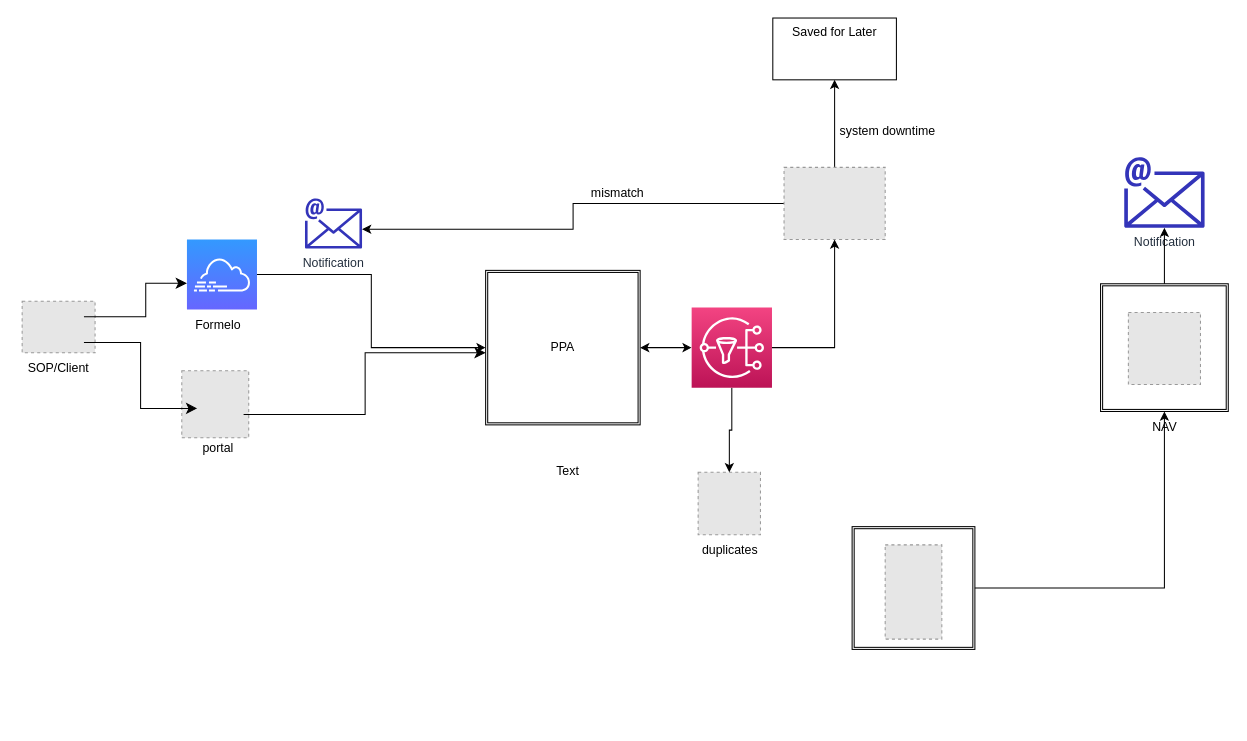
The draw.io diagram Untitled Diagram.drawio in Great-B/standard-arch-diagrams, before the edit. Source tidied: cells renumbered, new cells numbered last; positions are measured from the earlier drawing's top-left corner, leaving out a move shared by most shapes. Both pictures are drawn from the tidied source at 103%, with x=0, y=0 at pixel (16, 18). Pictures stored in the file or linked from it are replaced by grey dashed boxes.
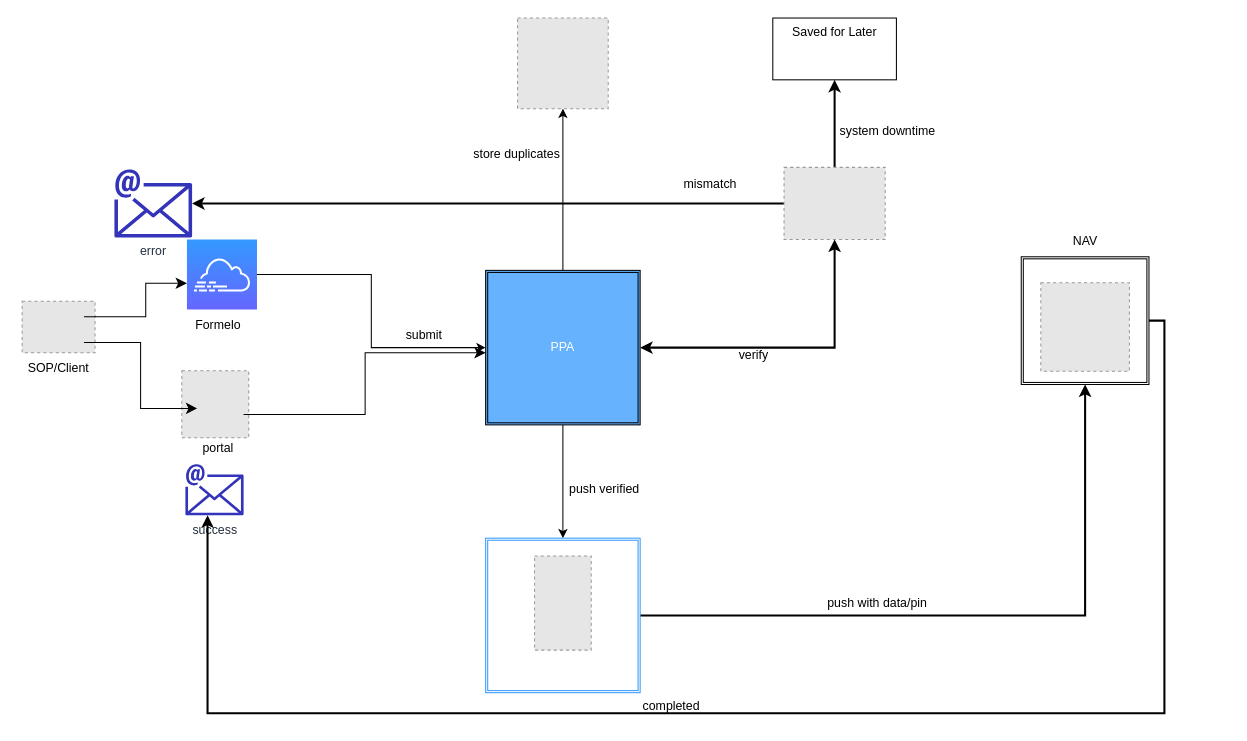
Above is the later version.

Unchanged cells that the change refers to:
```xml
<mxCell id="7" style="fillColor=#E6E6E6;strokeColor=#999999;dashed=1;verticalLabelPosition=bottom;verticalAlign=top;" parent="1" vertex="1">
  <mxGeometry x="744.7" y="145" width="98.2" height="70" as="geometry" />
</mxCell>
<mxCell id="35" value="Saved for Later" style="whiteSpace=wrap;html=1;verticalAlign=top;" parent="1" vertex="1">
  <mxGeometry x="733.8" width="120" height="60" as="geometry" />
</mxCell>
```

What changed in the source:
```diff
@@
-    <mxCell id="2" value="Notification" style="outlineConnect=0;fontColor=#232F3E;gradientColor=none;fillColor=#3334B9;strokeColor=none;dashed=0;verticalLabelPosition=bottom;verticalAlign=top;align=center;html=1;fontSize=12;fontStyle=0;shape=mxgraph.aws4.email;labelBackgroundColor=#ffffff;" parent="1" vertex="1">
-      <mxGeometry x="1075" y="135" width="78" height="69" as="geometry" />
+    <mxCell id="2" value="success" style="outlineConnect=0;fontColor=#232F3E;gradientColor=none;fillColor=#3334B9;strokeColor=none;dashed=0;verticalLabelPosition=bottom;verticalAlign=top;align=center;html=1;fontSize=12;fontStyle=0;shape=mxgraph.aws4.email;labelBackgroundColor=#ffffff;" parent="1" vertex="1">
+      <mxGeometry x="163.5" y="433" width="56.5" height="50" as="geometry" />
     </mxCell>
     <mxCell id="3" style="fillColor=#E6E6E6;strokeColor=#999999;dashed=1;verticalLabelPosition=bottom;verticalAlign=top;" parent="1" vertex="1">
-      <mxGeometry x="1079" y="285.8" width="70" height="70" as="geometry" />
+      <mxGeometry x="994" y="257" width="86" height="86" as="geometry" />
     </mxCell>
     <mxCell id="4" style="fillColor=#E6E6E6;strokeColor=#999999;dashed=1;verticalLabelPosition=bottom;verticalAlign=top;" parent="1" vertex="1">
-      <mxGeometry x="842.9" y="511.5" width="55" height="91.5" as="geometry" />
+      <mxGeometry x="502.5" y="522.2" width="55" height="91.5" as="geometry" />
     </mxCell>
-    <mxCell id="5" style="edgeStyle=orthogonalEdgeStyle;rounded=0;jettySize=auto;html=1;" parent="1" edge="1" source="7" target="31">
-      <mxGeometry relative="1" as="geometry" />
-    </mxCell>
-    <mxCell id="6" style="edgeStyle=orthogonalEdgeStyle;rounded=0;jettySize=auto;html=1;" parent="1" edge="1" source="7" target="35">
+    <mxCell id="6" style="edgeStyle=orthogonalEdgeStyle;rounded=0;jettySize=auto;html=1;strokeWidth=2;" parent="1" edge="1" source="7" target="35">
       <mxGeometry relative="1" as="geometry" />
     </mxCell>
+    <mxCell id="37" style="edgeStyle=orthogonalEdgeStyle;rounded=0;jettySize=auto;html=1;strokeWidth=2;" parent="1" edge="1" source="7" target="32">
+      <mxGeometry relative="1" as="geometry" />
+    </mxCell>
@@
-    <mxCell id="17" style="edgeStyle=orthogonalEdgeStyle;rounded=0;jettySize=auto;html=1;entryX=0.5;entryY=1;entryDx=0;entryDy=0;" parent="1" edge="1" source="30" target="7">
+    <mxCell id="17" style="edgeStyle=orthogonalEdgeStyle;rounded=0;jettySize=auto;html=1;entryX=0.5;entryY=1;entryDx=0;entryDy=0;exitX=1;exitY=0.5;exitDx=0;exitDy=0;startArrow=classic;startFill=1;strokeWidth=2;" parent="1" edge="1" source="18" target="7">
       <mxGeometry relative="1" as="geometry" />
     </mxCell>
+    <mxCell id="38" style="edgeStyle=orthogonalEdgeStyle;rounded=0;jettySize=auto;html=1;" parent="1" edge="1" source="18" target="21">
+      <mxGeometry relative="1" as="geometry" />
+    </mxCell>
+    <mxCell id="39" style="edgeStyle=orthogonalEdgeStyle;rounded=0;jettySize=auto;html=1;entryX=0.5;entryY=1;entryDx=0;entryDy=0;" parent="1" edge="1" source="18" target="40">
+      <mxGeometry relative="1" as="geometry" />
+    </mxCell>
-    <mxCell id="18" value="PPA" style="shape=ext;double=1;whiteSpace=wrap;html=1;" parent="1" vertex="1">
+    <mxCell id="18" value="PPA" style="shape=ext;double=1;whiteSpace=wrap;html=1;fillColor=#66B2FF;fontColor=#FFFFFF;" parent="1" vertex="1">
       <mxGeometry x="455" y="245" width="150" height="150" as="geometry" />
     </mxCell>
@@
-    <mxCell id="20" style="edgeStyle=orthogonalEdgeStyle;rounded=0;jettySize=auto;html=1;" parent="1" edge="1" source="21" target="23">
+    <mxCell id="20" style="edgeStyle=orthogonalEdgeStyle;rounded=0;jettySize=auto;html=1;strokeWidth=2;" parent="1" edge="1" source="21" target="23">
       <mxGeometry relative="1" as="geometry" />
     </mxCell>
-    <mxCell id="21" style="shape=ext;double=1;whiteSpace=wrap;html=1;fillColor=none;" parent="1" vertex="1">
-      <mxGeometry x="810.8" y="493.8" width="119.2" height="119.2" as="geometry" />
+    <mxCell id="21" style="shape=ext;double=1;whiteSpace=wrap;html=1;fillColor=none;strokeColor=#3399FF;" parent="1" vertex="1">
+      <mxGeometry x="455" y="505" width="150" height="150" as="geometry" />
     </mxCell>
-    <mxCell id="22" style="edgeStyle=orthogonalEdgeStyle;rounded=0;jettySize=auto;html=1;" parent="1" edge="1" source="23" target="2">
-      <mxGeometry relative="1" as="geometry" />
+    <mxCell id="22" style="edgeStyle=orthogonalEdgeStyle;rounded=0;jettySize=auto;html=1;strokeWidth=2;" parent="1" edge="1" source="23" target="2">
+      <mxGeometry relative="1" as="geometry">
+        <Array as="points">
+          <mxPoint x="1114" y="675" />
+          <mxPoint x="185" y="675" />
+        </Array>
+      </mxGeometry>
     </mxCell>
     <mxCell id="23" style="shape=ext;double=1;whiteSpace=wrap;html=1;fillColor=none;" parent="1" vertex="1">
-      <mxGeometry x="1052" y="258" width="124" height="124" as="geometry" />
+      <mxGeometry x="975" y="231.8" width="124" height="124" as="geometry" />
     </mxCell>
-    <mxCell id="24" style="group;" parent="1" vertex="1">
-      <mxGeometry x="685" y="433" width="180" height="210" as="geometry" />
-    </mxCell>
-    <mxCell id="25" style="fillColor=#E6E6E6;strokeColor=#999999;dashed=1;verticalLabelPosition=bottom;verticalAlign=top;" parent="24" vertex="1">
-      <mxGeometry x="-23.7" y="8.1" width="60.5" height="60.5" as="geometry" />
-    </mxCell>
-    <mxCell id="26" value="duplicates" style="text;html=1;align=center;verticalAlign=middle;strokeColor=none;fillColor=none;" parent="24" vertex="1">
-      <mxGeometry x="-33.5" y="68.6" width="80" height="30" as="geometry" />
-    </mxCell>
     <mxCell id="27" value="NAV" style="text;html=1;align=center;verticalAlign=middle;strokeColor=none;fillColor=none;" parent="1" vertex="1">
-      <mxGeometry x="1089" y="382" width="50" height="30" as="geometry" />
+      <mxGeometry x="1012" y="201.8" width="50" height="30" as="geometry" />
     </mxCell>
-    <mxCell id="28" style="edgeStyle=orthogonalEdgeStyle;rounded=0;jettySize=auto;html=1;startArrow=classic;startFill=1;" parent="1" edge="1" source="18" target="30">
-      <mxGeometry relative="1" as="geometry" />
-    </mxCell>
-    <mxCell id="29" style="edgeStyle=orthogonalEdgeStyle;rounded=0;jettySize=auto;html=1;" parent="1" edge="1" source="30" target="25">
-      <mxGeometry relative="1" as="geometry" />
-    </mxCell>
-    <mxCell id="30" style="outlineConnect=0;fontColor=#232F3E;gradientColor=#F34482;gradientDirection=north;fillColor=#BC1356;strokeColor=#ffffff;dashed=0;verticalLabelPosition=bottom;verticalAlign=top;align=center;html=1;fontSize=12;fontStyle=0;shape=mxgraph.aws4.resourceIcon;resIcon=mxgraph.aws4.sns;labelBackgroundColor=#ffffff;" parent="1" vertex="1">
-      <mxGeometry x="655" y="281" width="78" height="78" as="geometry" />
-    </mxCell>
-    <mxCell id="31" style="whiteSpace=wrap;html=1;verticalAlign=top;strokeColor=none;fillColor=none;" parent="1" vertex="1">
-      <mxGeometry x="215" y="175" width="120" height="60" as="geometry" />
-    </mxCell>
-    <mxCell id="32" value="Notification" style="outlineConnect=0;fontColor=#232F3E;gradientColor=none;fillColor=#3334B9;strokeColor=none;dashed=0;verticalLabelPosition=bottom;verticalAlign=top;align=center;html=1;fontSize=12;fontStyle=0;shape=mxgraph.aws4.email;labelBackgroundColor=#ffffff;" parent="1" vertex="1">
-      <mxGeometry x="279.6" y="175" width="55.4" height="49" as="geometry" />
+    <mxCell id="32" value="error" style="outlineConnect=0;fontColor=#232F3E;gradientColor=none;fillColor=#3334B9;strokeColor=none;dashed=0;verticalLabelPosition=bottom;verticalAlign=top;align=center;html=1;fontSize=12;fontStyle=0;shape=mxgraph.aws4.email;labelBackgroundColor=#ffffff;" parent="1" vertex="1">
+      <mxGeometry x="94.6" y="146.7" width="75.4" height="66.7" as="geometry" />
     </mxCell>
-    <mxCell id="33" value="Text" style="text;html=1;strokeColor=none;fillColor=none;align=center;verticalAlign=middle;whiteSpace=wrap;rounded=0;" parent="1" vertex="1">
-      <mxGeometry x="505" y="425" width="60" height="30" as="geometry" />
-    </mxCell>
     <mxCell id="34" value="mismatch&amp;nbsp;" style="text;html=1;strokeColor=none;fillColor=none;align=center;verticalAlign=middle;whiteSpace=wrap;rounded=0;" parent="1" vertex="1">
-      <mxGeometry x="555" y="154.5" width="60" height="30" as="geometry" />
+      <mxGeometry x="645" y="146.7" width="60" height="30" as="geometry" />
     </mxCell>
@@
+    <mxCell id="40" style="fillColor=#E6E6E6;strokeColor=#999999;dashed=1;verticalLabelPosition=bottom;verticalAlign=top;" parent="1" vertex="1">
+      <mxGeometry x="486" width="88" height="88" as="geometry" />
+    </mxCell>
+    <mxCell id="41" value="completed" style="text;html=1;align=center;verticalAlign=middle;strokeColor=none;fillColor=none;" parent="1" vertex="1">
+      <mxGeometry x="595" y="653" width="80" height="30" as="geometry" />
+    </mxCell>
+    <mxCell id="42" value="push with data/pin" style="text;html=1;align=center;verticalAlign=middle;strokeColor=none;fillColor=none;" parent="1" vertex="1">
+      <mxGeometry x="775" y="553" width="120" height="30" as="geometry" />
+    </mxCell>
+    <mxCell id="43" value="push verified" style="text;html=1;align=center;verticalAlign=middle;strokeColor=none;fillColor=none;" parent="1" vertex="1">
+      <mxGeometry x="525" y="443" width="90" height="30" as="geometry" />
+    </mxCell>
+    <mxCell id="44" value="verify" style="text;html=1;align=center;verticalAlign=middle;strokeColor=none;fillColor=none;" parent="1" vertex="1">
+      <mxGeometry x="690" y="313" width="50" height="30" as="geometry" />
+    </mxCell>
+    <mxCell id="45" value="submit" style="text;html=1;align=center;verticalAlign=middle;strokeColor=none;fillColor=none;" parent="1" vertex="1">
+      <mxGeometry x="365" y="293" width="60" height="30" as="geometry" />
+    </mxCell>
+    <mxCell id="46" value="store duplicates" style="text;html=1;align=center;verticalAlign=middle;strokeColor=none;fillColor=none;" parent="1" vertex="1">
+      <mxGeometry x="430" y="116.7" width="110" height="30" as="geometry" />
+    </mxCell>
```
